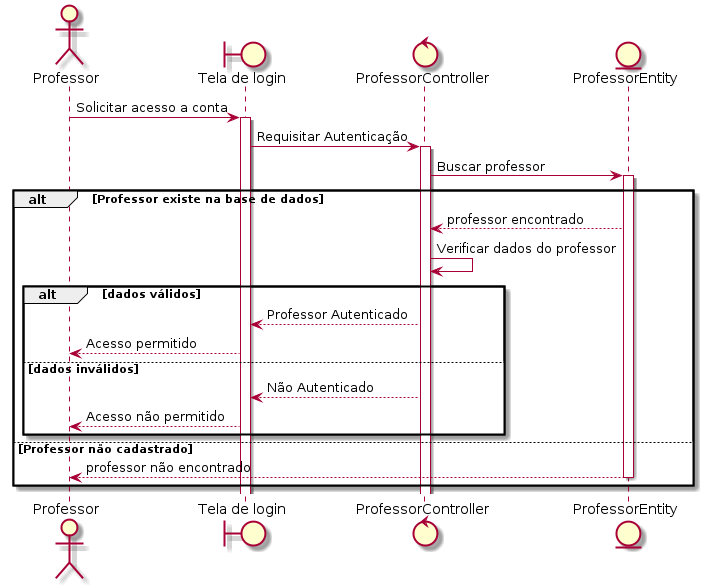
Earlier version of the PlantUML export out/sequence/professor/professor.login/professor.login.png (rodrigoRolim/CAdiagrams). Its diagram source:
```plantuml
@startuml
actor Professor
boundary "Tela de login" as login
control  ProfessorController
entity ProfessorEntity

Professor -> login: Solicitar acesso a conta
activate login
login -> ProfessorController: Requisitar Autenticação
activate ProfessorController

ProfessorController -> ProfessorEntity: Buscar professor
    activate ProfessorEntity
    alt Professor existe na base de dados

        ProfessorEntity --> ProfessorController: professor encontrado
         ProfessorController -> ProfessorController: Verificar dados do professor
        alt dados válidos
            ProfessorController --> login: Professor Autenticado
            login --> Professor: Acesso permitido
        else dados inválidos

            login <-- ProfessorController: Não Autenticado
            login --> Professor: Acesso não permitido
        end

    else Professor não cadastrado

        ProfessorEntity --> Professor: professor não encontrado
        deactivate ProfessorEntity
end
@enduml
```
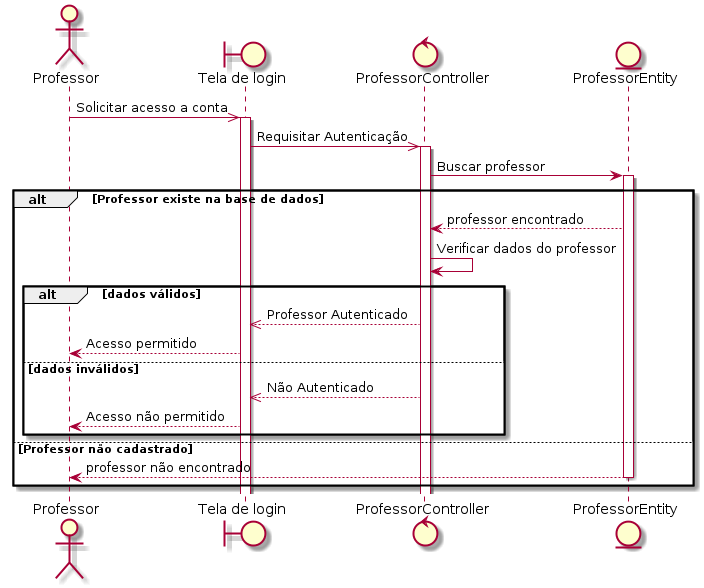
After the commit.

The edit, as a diff of the source:
```diff
@@ -4,9 +4,9 @@
 control  ProfessorController
 entity ProfessorEntity
 
-Professor -> login: Solicitar acesso a conta
+Professor ->> login: Solicitar acesso a conta
 activate login
-login -> ProfessorController: Requisitar Autenticação
+login ->> ProfessorController: Requisitar Autenticação
 activate ProfessorController
 
 ProfessorController -> ProfessorEntity: Buscar professor
@@ -16,11 +16,11 @@
         ProfessorEntity --> ProfessorController: professor encontrado
          ProfessorController -> ProfessorController: Verificar dados do professor
         alt dados válidos
-            ProfessorController --> login: Professor Autenticado
+            ProfessorController -->> login: Professor Autenticado
             login --> Professor: Acesso permitido
         else dados inválidos
 
-            login <-- ProfessorController: Não Autenticado
+            login <<-- ProfessorController: Não Autenticado
             login --> Professor: Acesso não permitido
         end
 
```
